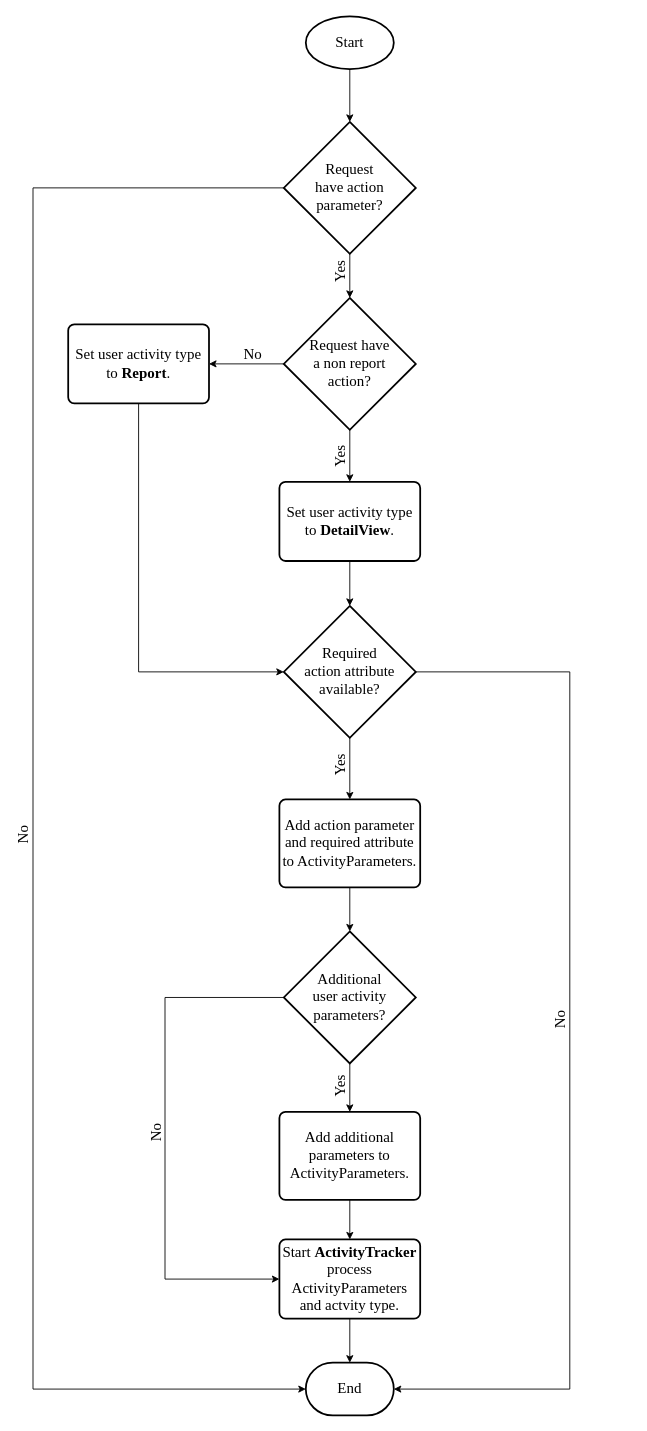
The draw.io diagram Images/Chapter2/DetailView_Flow/DetailView_Flow.drawio in CorrieScheepers/Masters, before the edit. Source tidied: cells renumbered, new cells numbered last; positions are measured from the earlier drawing's top-left corner, leaving out a move shared by most shapes. Both pictures are drawn from the tidied source at 88%, with x=0, y=0 at pixel (6, 16).
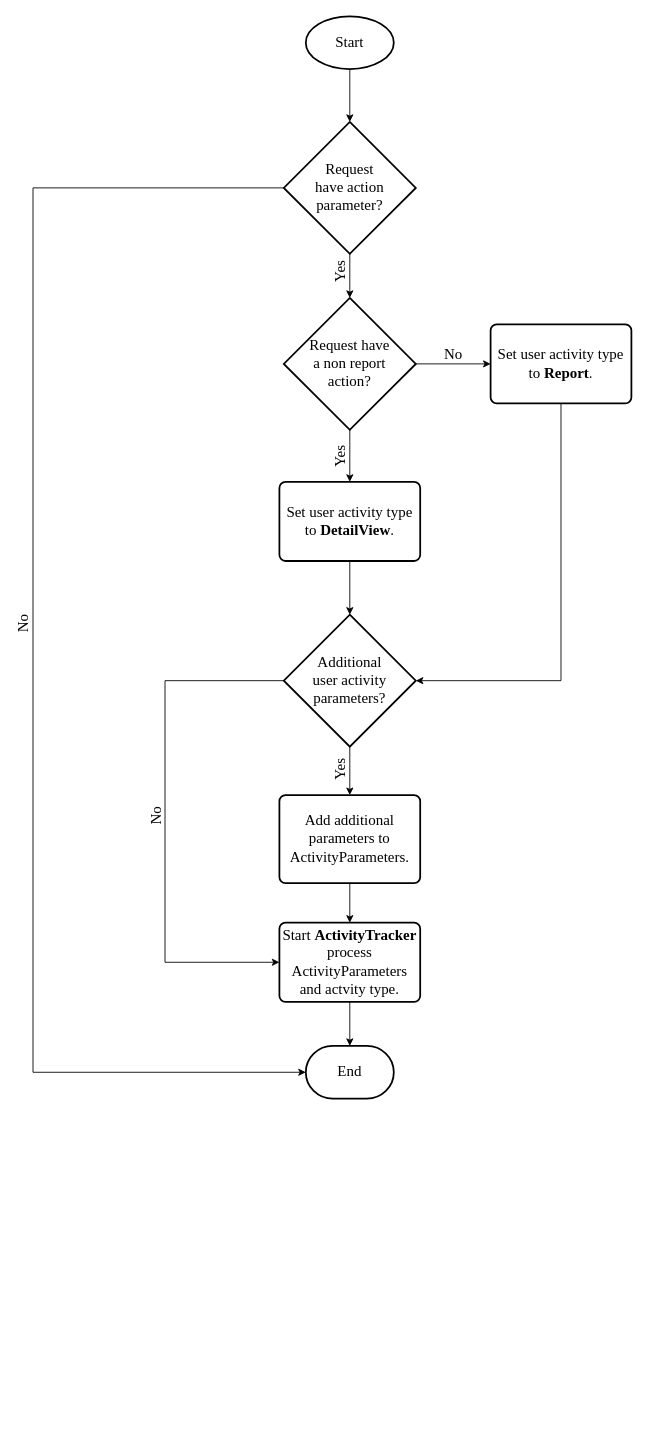
After the change.

The change refers to these unchanged cells:
```xml
<mxCell id="6" value="Request have &lt;br&gt;a&amp;nbsp;non report &lt;br&gt;action?" style="strokeWidth=2;html=1;shape=mxgraph.flowchart.decision;whiteSpace=wrap;fontFamily=Times New Roman;fillColor=none;fontSize=17;" parent="1" vertex="1">
  <mxGeometry x="315" y="320" width="150" height="150" as="geometry" />
</mxCell>
<mxCell id="11" value="Request &lt;br&gt;have action parameter?" style="strokeWidth=2;html=1;shape=mxgraph.flowchart.decision;whiteSpace=wrap;fontFamily=Times New Roman;fillColor=none;fontSize=17;" parent="1" vertex="1">
  <mxGeometry x="315" y="120" width="150" height="150" as="geometry" />
</mxCell>
<mxCell id="18" value="Set user activity type to &lt;b style=&quot;font-size: 17px&quot;&gt;DetailView&lt;/b&gt;." style="rounded=1;whiteSpace=wrap;html=1;absoluteArcSize=1;arcSize=14;strokeWidth=2;fontFamily=Times New Roman;fillColor=none;fontSize=17;" parent="1" vertex="1">
  <mxGeometry x="310" y="529" width="160" height="90" as="geometry" />
</mxCell>
```

Change to the diagram source:
```diff
@@
-    <mxCell id="5" style="edgeStyle=orthogonalEdgeStyle;rounded=0;jettySize=auto;html=1;exitX=0;exitY=0.5;exitDx=0;exitDy=0;exitPerimeter=0;fontFamily=Times New Roman;fontSize=17;" parent="1" edge="1" source="6" target="28">
+    <mxCell id="5" style="edgeStyle=orthogonalEdgeStyle;rounded=0;jettySize=auto;html=1;exitX=1;exitY=0.5;exitDx=0;exitDy=0;exitPerimeter=0;entryX=0;entryY=0.5;entryDx=0;entryDy=0;" parent="1" edge="1" source="6" target="28">
       <mxGeometry relative="1" as="geometry" />
     </mxCell>
@@
     <mxCell id="8" value="No" style="text;html=1;strokeColor=none;fillColor=none;align=center;verticalAlign=middle;whiteSpace=wrap;rounded=0;fontFamily=Times New Roman;rotation=-90;fontSize=17;" parent="1" vertex="1">
-      <mxGeometry y="920" width="40" height="20" as="geometry" />
+      <mxGeometry y="680" width="40" height="20" as="geometry" />
     </mxCell>
@@
     <mxCell id="10" style="edgeStyle=orthogonalEdgeStyle;rounded=0;jettySize=auto;html=1;exitX=0;exitY=0.5;exitDx=0;exitDy=0;exitPerimeter=0;entryX=0;entryY=0.5;entryDx=0;entryDy=0;entryPerimeter=0;fontFamily=Times New Roman;fontSize=17;" parent="1" edge="1" source="11" target="14">
       <mxGeometry relative="1" as="geometry">
         <Array as="points">
           <mxPoint x="30" y="195" />
-          <mxPoint x="30" y="1560" />
+          <mxPoint x="30" y="1200" />
         </Array>
       </mxGeometry>
     </mxCell>
@@
     <mxCell id="13" value="Start &lt;b style=&quot;font-size: 17px;&quot;&gt;ActivityTracker &lt;/b&gt;process ActivityParameters and actvity type." style="rounded=1;whiteSpace=wrap;html=1;absoluteArcSize=1;arcSize=14;strokeWidth=2;fontFamily=Times New Roman;fillColor=none;fontSize=17;" parent="1" vertex="1">
-      <mxGeometry x="310" y="1390" width="160" height="90" as="geometry" />
+      <mxGeometry x="310" y="1030" width="160" height="90" as="geometry" />
     </mxCell>
     <mxCell id="14" value="End" style="strokeWidth=2;html=1;shape=mxgraph.flowchart.terminator;whiteSpace=wrap;fillColor=none;fontFamily=Times New Roman;fontSize=17;" parent="1" vertex="1">
-      <mxGeometry x="340" y="1530" width="100" height="60" as="geometry" />
+      <mxGeometry x="340" y="1170" width="100" height="60" as="geometry" />
     </mxCell>
     <mxCell id="15" value="No" style="text;html=1;strokeColor=none;fillColor=none;align=center;verticalAlign=middle;whiteSpace=wrap;rounded=0;fontFamily=Times New Roman;rotation=0;fontSize=17;" parent="1" vertex="1">
-      <mxGeometry x="260" y="375" width="40" height="20" as="geometry" />
+      <mxGeometry x="487.5" y="375" width="40" height="20" as="geometry" />
     </mxCell>
-    <mxCell id="16" value="Yes" style="text;html=1;strokeColor=none;fillColor=none;align=center;verticalAlign=middle;whiteSpace=wrap;rounded=0;fontFamily=Times New Roman;rotation=-90;fontSize=17;" parent="1" vertex="1">
-      <mxGeometry x="360" y="840.2" width="40" height="21" as="geometry" />
-    </mxCell>
-    <mxCell id="17" style="edgeStyle=orthogonalEdgeStyle;rounded=0;jettySize=auto;html=1;exitX=0.5;exitY=1;exitDx=0;exitDy=0;entryX=0.5;entryY=0;entryDx=0;entryDy=0;entryPerimeter=0;fontFamily=Times New Roman;fontSize=17;" parent="1" edge="1" source="18" target="24">
-      <mxGeometry relative="1" as="geometry" />
-    </mxCell>
+    <mxCell id="35" style="edgeStyle=orthogonalEdgeStyle;rounded=0;jettySize=auto;html=1;exitX=0.5;exitY=1;exitDx=0;exitDy=0;entryX=0.5;entryY=0;entryDx=0;entryDy=0;entryPerimeter=0;" parent="1" edge="1" source="18" target="21">
+      <mxGeometry relative="1" as="geometry" />
+    </mxCell>
@@
     <mxCell id="19" style="edgeStyle=orthogonalEdgeStyle;rounded=0;jettySize=auto;html=1;exitX=0;exitY=0.5;exitDx=0;exitDy=0;exitPerimeter=0;entryX=0;entryY=0.5;entryDx=0;entryDy=0;fontFamily=Times New Roman;fontSize=17;" parent="1" edge="1" source="21" target="13">
       <mxGeometry relative="1" as="geometry">
         <Array as="points">
-          <mxPoint x="180" y="1115" />
-          <mxPoint x="180" y="1435" />
+          <mxPoint x="180" y="755" />
+          <mxPoint x="180" y="1075" />
         </Array>
       </mxGeometry>
     </mxCell>
@@
     <mxCell id="21" value="Additional &lt;br&gt;user activity &lt;br&gt;parameters?" style="strokeWidth=2;html=1;shape=mxgraph.flowchart.decision;whiteSpace=wrap;fontFamily=Times New Roman;fillColor=none;fontSize=17;" parent="1" vertex="1">
-      <mxGeometry x="315" y="1040" width="150" height="150" as="geometry" />
+      <mxGeometry x="315" y="680" width="150" height="150" as="geometry" />
     </mxCell>
-    <mxCell id="22" style="edgeStyle=orthogonalEdgeStyle;rounded=0;jettySize=auto;html=1;exitX=0.5;exitY=1;exitDx=0;exitDy=0;exitPerimeter=0;entryX=0.5;entryY=0;entryDx=0;entryDy=0;fontFamily=Times New Roman;fontSize=17;" parent="1" edge="1" source="24" target="26">
-      <mxGeometry relative="1" as="geometry" />
-    </mxCell>
-    <mxCell id="23" style="edgeStyle=orthogonalEdgeStyle;rounded=0;jettySize=auto;html=1;exitX=1;exitY=0.5;exitDx=0;exitDy=0;exitPerimeter=0;entryX=1;entryY=0.5;entryDx=0;entryDy=0;entryPerimeter=0;fontFamily=Times New Roman;fontSize=17;" parent="1" edge="1" source="24" target="14">
-      <mxGeometry relative="1" as="geometry">
-        <Array as="points">
-          <mxPoint x="640" y="745" />
-          <mxPoint x="640" y="1560" />
-        </Array>
-      </mxGeometry>
-    </mxCell>
-    <mxCell id="24" value="Required &lt;br&gt;action attribute &lt;br&gt;available?" style="strokeWidth=2;html=1;shape=mxgraph.flowchart.decision;whiteSpace=wrap;fontFamily=Times New Roman;fillColor=none;fontSize=17;" parent="1" vertex="1">
-      <mxGeometry x="315" y="670" width="150" height="150" as="geometry" />
-    </mxCell>
-    <mxCell id="25" style="edgeStyle=orthogonalEdgeStyle;rounded=0;jettySize=auto;html=1;exitX=0.5;exitY=1;exitDx=0;exitDy=0;entryX=0.5;entryY=0;entryDx=0;entryDy=0;fontFamily=Times New Roman;fontSize=17;entryPerimeter=0;" parent="1" edge="1" source="26" target="21">
-      <mxGeometry relative="1" as="geometry" />
-    </mxCell>
-    <mxCell id="26" value="Add action parameter and required attribute to ActivityParameters." style="rounded=1;whiteSpace=wrap;html=1;absoluteArcSize=1;arcSize=14;strokeWidth=2;fontFamily=Times New Roman;fillColor=none;fontSize=17;" parent="1" vertex="1">
-      <mxGeometry x="310" y="890" width="160" height="100" as="geometry" />
-    </mxCell>
-    <mxCell id="27" style="edgeStyle=orthogonalEdgeStyle;rounded=0;jettySize=auto;html=1;exitX=0.5;exitY=1;exitDx=0;exitDy=0;entryX=0;entryY=0.5;entryDx=0;entryDy=0;entryPerimeter=0;fontFamily=Times New Roman;fontSize=17;" parent="1" edge="1" source="28" target="24">
-      <mxGeometry relative="1" as="geometry" />
-    </mxCell>
+    <mxCell id="36" style="edgeStyle=orthogonalEdgeStyle;rounded=0;jettySize=auto;html=1;exitX=0.5;exitY=1;exitDx=0;exitDy=0;entryX=1;entryY=0.5;entryDx=0;entryDy=0;entryPerimeter=0;" parent="1" edge="1" source="28" target="21">
+      <mxGeometry relative="1" as="geometry" />
+    </mxCell>
     <mxCell id="28" value="Set user activity type to &lt;b style=&quot;font-size: 17px&quot;&gt;Report&lt;/b&gt;." style="rounded=1;whiteSpace=wrap;html=1;absoluteArcSize=1;arcSize=14;strokeWidth=2;fontFamily=Times New Roman;fillColor=none;fontSize=17;" parent="1" vertex="1">
-      <mxGeometry x="70" y="350" width="160" height="90" as="geometry" />
+      <mxGeometry x="550" y="350" width="160" height="90" as="geometry" />
     </mxCell>
@@
     <mxCell id="30" value="Add additional parameters to ActivityParameters." style="rounded=1;whiteSpace=wrap;html=1;absoluteArcSize=1;arcSize=14;strokeWidth=2;fontFamily=Times New Roman;fillColor=none;fontSize=17;" parent="1" vertex="1">
-      <mxGeometry x="310" y="1245" width="160" height="100" as="geometry" />
+      <mxGeometry x="310" y="885" width="160" height="100" as="geometry" />
     </mxCell>
@@
     <mxCell id="32" value="Yes" style="text;html=1;strokeColor=none;fillColor=none;align=center;verticalAlign=middle;whiteSpace=wrap;rounded=0;fontFamily=Times New Roman;rotation=-90;fontSize=17;" parent="1" vertex="1">
-      <mxGeometry x="360" y="1205.2" width="40" height="21" as="geometry" />
+      <mxGeometry x="360" y="845.2" width="40" height="21" as="geometry" />
     </mxCell>
     <mxCell id="33" value="No" style="text;html=1;strokeColor=none;fillColor=none;align=center;verticalAlign=middle;whiteSpace=wrap;rounded=0;fontFamily=Times New Roman;rotation=-90;fontSize=17;" parent="1" vertex="1">
-      <mxGeometry x="150" y="1258.5" width="40" height="20" as="geometry" />
+      <mxGeometry x="150" y="898.5" width="40" height="20" as="geometry" />
     </mxCell>
-    <mxCell id="34" value="No" style="text;html=1;strokeColor=none;fillColor=none;align=center;verticalAlign=middle;whiteSpace=wrap;rounded=0;fontFamily=Times New Roman;rotation=-90;fontSize=17;" parent="1" vertex="1">
-      <mxGeometry x="610" y="1130" width="40" height="20" as="geometry" />
-    </mxCell>
```
